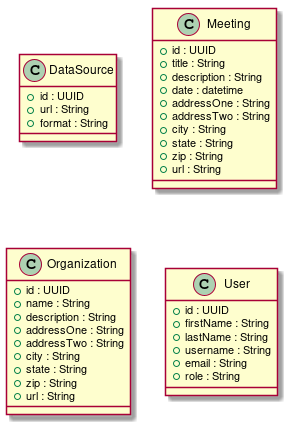
Above: docs/api/domain-model/classes-0.1.png in devict/publicmeetings-back (PlantUML), before the change.
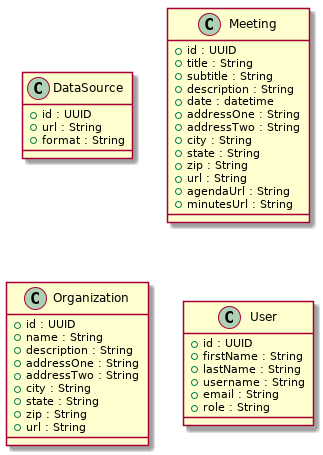
After the commit.

Commit message:
Add minutesUrl and agendaUrl

Diff of the diagram source:
```diff
@@ -8,6 +8,7 @@
 class Meeting {
     +id : UUID
     +title : String
+    +subtitle : String
     +description : String
     +date : datetime
     +addressOne : String
@@ -16,6 +17,8 @@
     +state : String
     +zip : String
     +url : String
+    +agendaUrl : String
+    +minutesUrl : String
 }
 
 class Organization {
```
